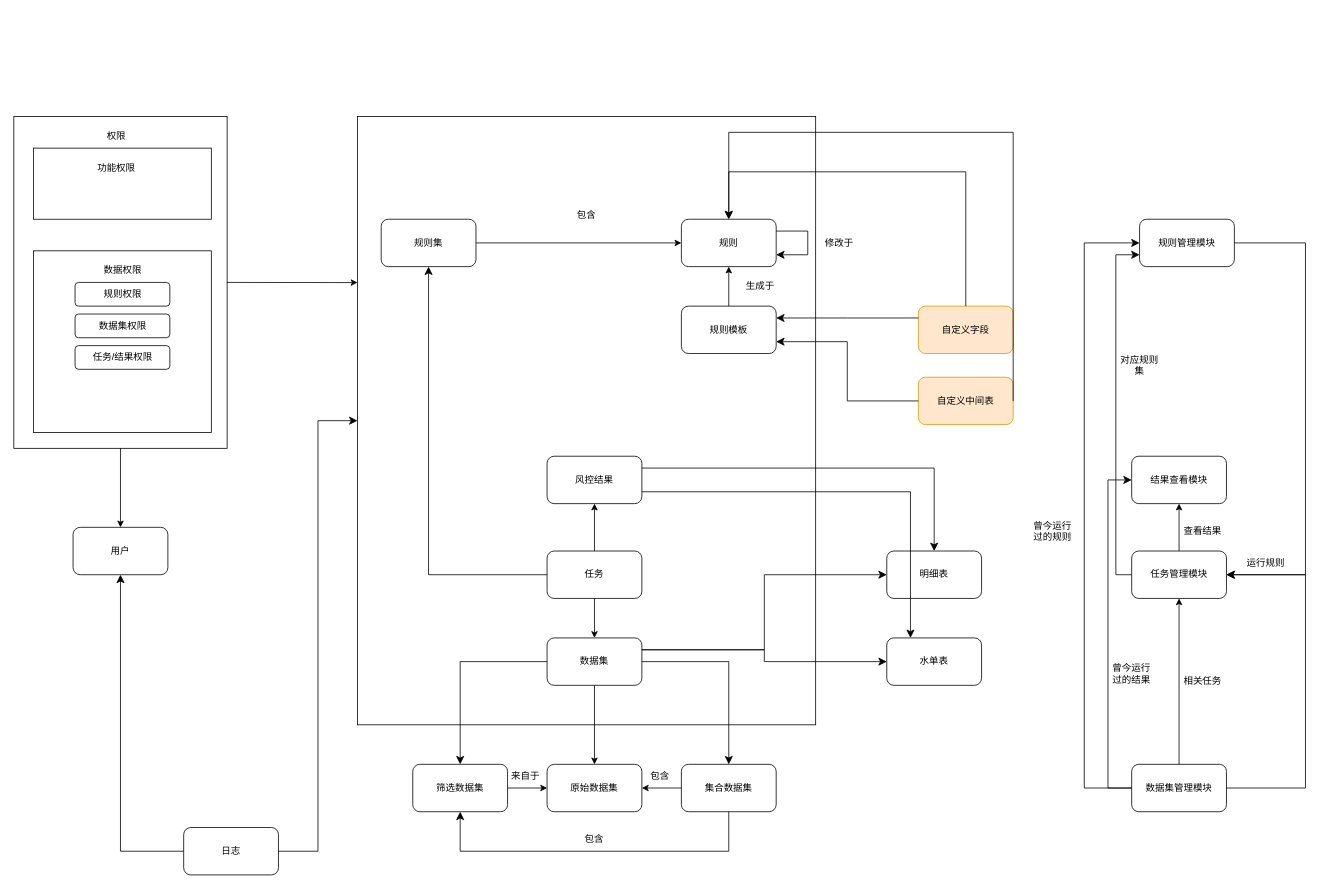
Before: page "业务核心概念" (2 of 5) of 社保架构设计图.drawio in XiaoLiuAI/diagrams, a draw.io diagram. Source tidied: cells renumbered, new cells numbered last; positions are measured from the earlier drawing's top-left corner, leaving out a move shared by most shapes. Both pictures are drawn from the tidied source at 79%, with x=0, y=0 at pixel (13, 116).
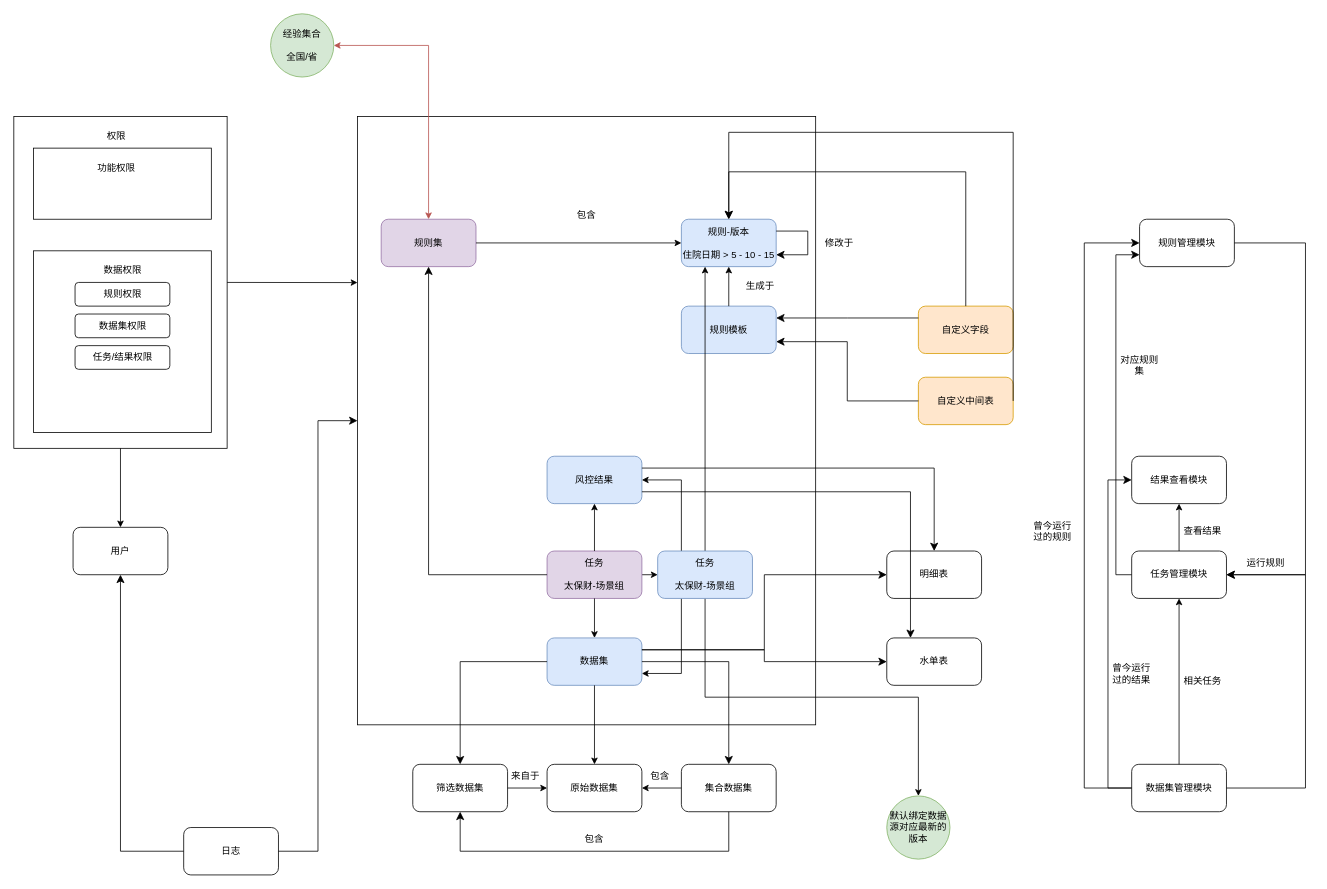
The same page after the edit.

Diff of the diagram source:
```diff
@@
-    <mxCell id="3" value="规则" style="rounded=1;whiteSpace=wrap;html=1;" parent="1" vertex="1">
+    <mxCell id="3" value="规则-版本&lt;br&gt;&lt;br&gt;住院日期 &amp;gt; 5 - 10 - 15" style="rounded=1;whiteSpace=wrap;html=1;fillColor=#dae8fc;strokeColor=#6c8ebf;" parent="1" vertex="1">
       <mxGeometry x="845" y="130" width="120" height="60" as="geometry" />
     </mxCell>
+    <mxCell id="78" style="edgeStyle=orthogonalEdgeStyle;rounded=0;jettySize=auto;html=1;exitX=0.5;exitY=0;exitDx=0;exitDy=0;entryX=1;entryY=0.5;entryDx=0;entryDy=0;startArrow=classic;startFill=1;fillColor=#f8cecc;strokeColor=#b85450;" parent="1" edge="1" source="4" target="86">
+      <mxGeometry relative="1" as="geometry" />
+    </mxCell>
-    <mxCell id="4" value="规则集" style="rounded=1;whiteSpace=wrap;html=1;" parent="1" vertex="1">
+    <mxCell id="4" value="规则集" style="rounded=1;whiteSpace=wrap;html=1;fillColor=#e1d5e7;strokeColor=#9673a6;" parent="1" vertex="1">
       <mxGeometry x="465" y="130" width="120" height="60" as="geometry" />
     </mxCell>
-    <mxCell id="5" value="数据集" style="rounded=1;whiteSpace=wrap;html=1;" parent="1" vertex="1">
+    <mxCell id="5" value="数据集" style="rounded=1;whiteSpace=wrap;html=1;fillColor=#dae8fc;strokeColor=#6c8ebf;" parent="1" vertex="1">
       <mxGeometry x="675" y="660" width="120" height="60" as="geometry" />
     </mxCell>
+    <mxCell id="79" style="edgeStyle=orthogonalEdgeStyle;rounded=0;jettySize=auto;html=1;exitX=1;exitY=0.5;exitDx=0;exitDy=0;entryX=0;entryY=0.5;entryDx=0;entryDy=0;" parent="1" edge="1" source="6" target="84">
+      <mxGeometry relative="1" as="geometry" />
+    </mxCell>
-    <mxCell id="6" value="任务" style="rounded=1;whiteSpace=wrap;html=1;" parent="1" vertex="1">
+    <mxCell id="6" value="任务&lt;br&gt;&lt;br&gt;太保财-场景组" style="rounded=1;whiteSpace=wrap;html=1;fillColor=#e1d5e7;strokeColor=#9673a6;" parent="1" vertex="1">
       <mxGeometry x="675" y="550" width="120" height="60" as="geometry" />
     </mxCell>
@@
-    <mxCell id="12" value="风控结果" style="rounded=1;whiteSpace=wrap;html=1;" parent="1" vertex="1">
+    <mxCell id="12" value="风控结果" style="rounded=1;whiteSpace=wrap;html=1;fillColor=#dae8fc;strokeColor=#6c8ebf;" parent="1" vertex="1">
       <mxGeometry x="675" y="430" width="120" height="60" as="geometry" />
     </mxCell>
@@
-    <mxCell id="31" value="规则模板" style="rounded=1;whiteSpace=wrap;html=1;" parent="1" vertex="1">
+    <mxCell id="31" value="规则模板" style="rounded=1;whiteSpace=wrap;html=1;fillColor=#dae8fc;strokeColor=#6c8ebf;" parent="1" vertex="1">
       <mxGeometry x="845" y="240" width="120" height="60" as="geometry" />
     </mxCell>
@@
+    <mxCell id="80" style="edgeStyle=orthogonalEdgeStyle;rounded=0;jettySize=auto;html=1;exitX=0.5;exitY=0;exitDx=0;exitDy=0;entryX=0.25;entryY=1;entryDx=0;entryDy=0;" parent="1" edge="1" source="84" target="3">
+      <mxGeometry relative="1" as="geometry" />
+    </mxCell>
+    <mxCell id="81" style="edgeStyle=orthogonalEdgeStyle;rounded=0;jettySize=auto;html=1;exitX=0.25;exitY=1;exitDx=0;exitDy=0;entryX=1;entryY=0.75;entryDx=0;entryDy=0;" parent="1" edge="1" source="84" target="5">
+      <mxGeometry relative="1" as="geometry" />
+    </mxCell>
+    <mxCell id="82" style="edgeStyle=orthogonalEdgeStyle;rounded=0;jettySize=auto;html=1;exitX=0.25;exitY=0;exitDx=0;exitDy=0;entryX=1;entryY=0.5;entryDx=0;entryDy=0;" parent="1" edge="1" source="84" target="12">
+      <mxGeometry relative="1" as="geometry" />
+    </mxCell>
+    <mxCell id="83" style="edgeStyle=orthogonalEdgeStyle;rounded=0;jettySize=auto;html=1;exitX=0.5;exitY=1;exitDx=0;exitDy=0;" parent="1" edge="1" source="84" target="85">
+      <mxGeometry relative="1" as="geometry" />
+    </mxCell>
+    <mxCell id="84" value="任务&lt;br&gt;&lt;br&gt;太保财-场景组" style="rounded=1;whiteSpace=wrap;html=1;fillColor=#dae8fc;strokeColor=#6c8ebf;" parent="1" vertex="1">
+      <mxGeometry x="815" y="550" width="120" height="60" as="geometry" />
+    </mxCell>
+    <mxCell id="85" value="默认绑定数据源对应最新的版本" style="ellipse;whiteSpace=wrap;html=1;fillColor=#d5e8d4;strokeColor=#82b366;" parent="1" vertex="1">
+      <mxGeometry x="1105" y="860" width="80" height="80" as="geometry" />
+    </mxCell>
+    <mxCell id="86" value="经验集合&lt;br&gt;&lt;br&gt;全国/省" style="ellipse;whiteSpace=wrap;html=1;fillColor=#d5e8d4;strokeColor=#82b366;" parent="1" vertex="1">
+      <mxGeometry x="325" y="-130" width="80" height="80" as="geometry" />
+    </mxCell>
```
